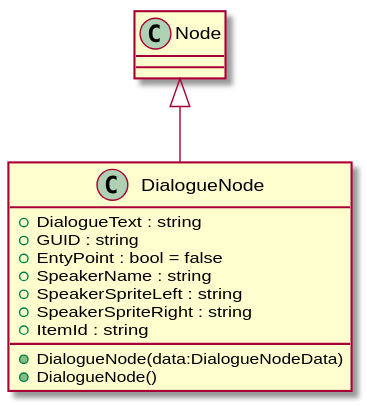
Earlier version of the PlantUML export UML/Dialogue/Editor/Nodes/DialogueNode.svg (robinsuurs/Mallow_Mysterie). Its diagram source:
```plantuml
@startuml
class DialogueNode {
    + DialogueText : string
    + GUID : string
    + EntyPoint : bool = false
    + SpeakerName : string
    + SpeakerSpriteLeft : string
    + SpeakerSpriteRight : string
    + ItemId : string
    + DialogueNode(data:DialogueNodeData)
    + DialogueNode()
}
Node <|-- DialogueNode
@enduml
```
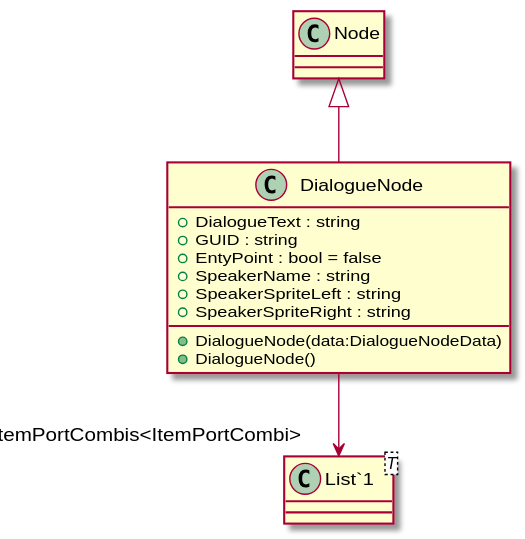
After the commit.

Diff of the diagram source:
```diff
@@ -6,9 +6,11 @@
     + SpeakerName : string
     + SpeakerSpriteLeft : string
     + SpeakerSpriteRight : string
-    + ItemId : string
     + DialogueNode(data:DialogueNodeData)
     + DialogueNode()
 }
+class "List`1"<T> {
+}
 Node <|-- DialogueNode
+DialogueNode --> "ItemPortCombis<ItemPortCombi>" "List`1"
 @enduml
```
